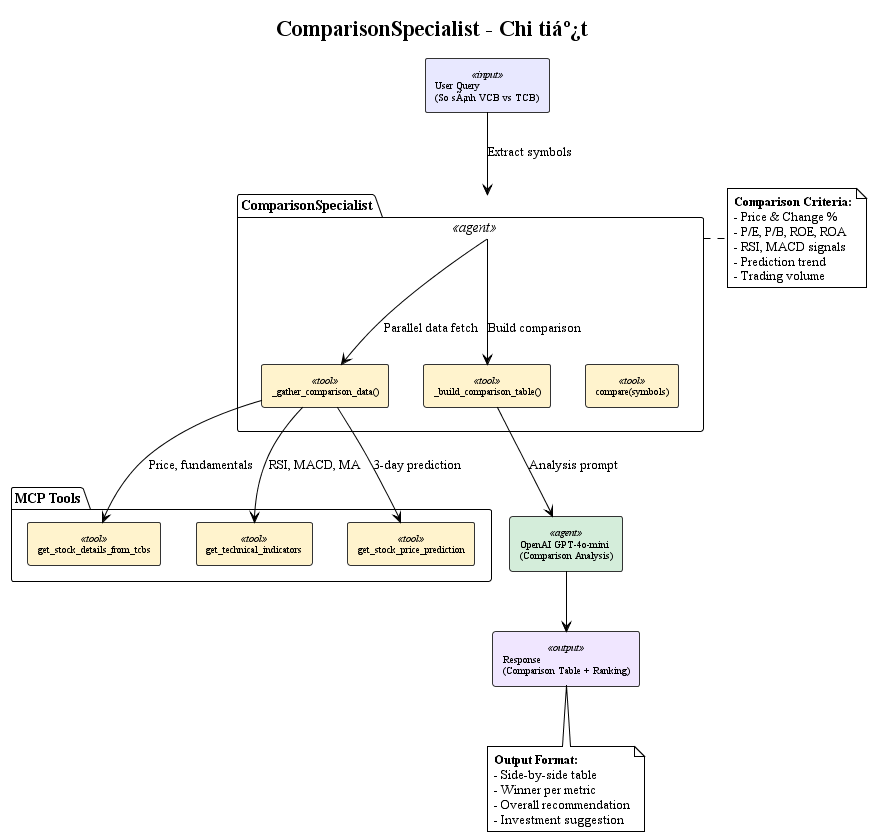
GiangNV-HUST/DATN keeps this PlantUML diagram as diagrams/images/agent_diagrams/comparison_specialist_detail.png. Above is the earlier version.
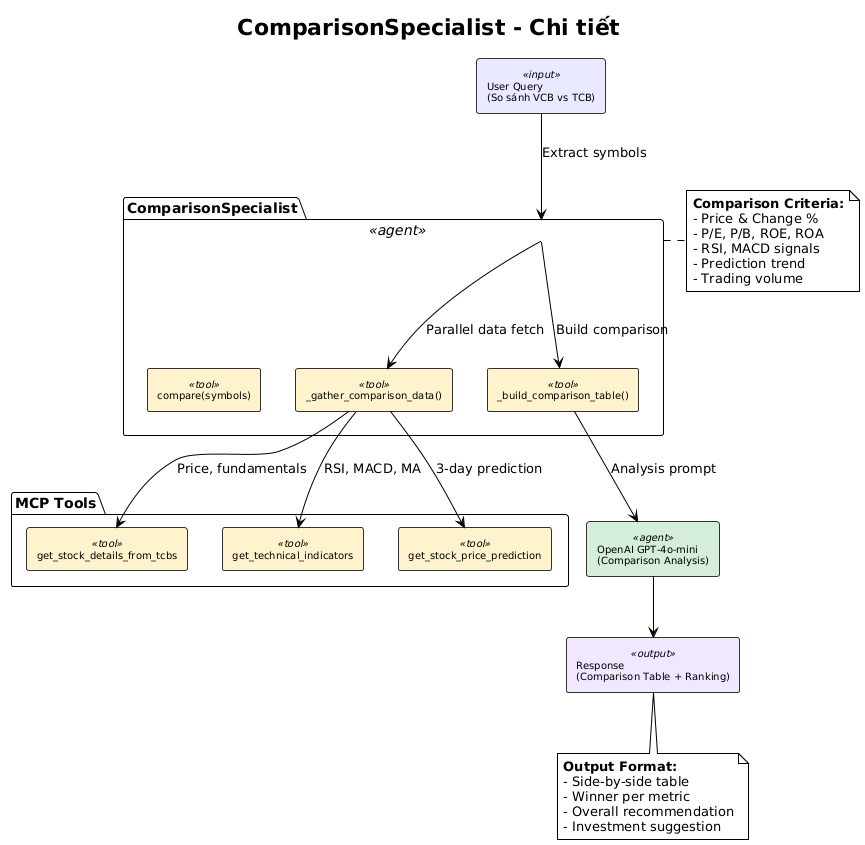
The same diagram one commit later.

Change to the diagram source:
```diff
@@ -1,10 +1,12 @@
-@startuml comparison_specialist_detail
+@startuml
+!pragma charset UTF-8
+
 !theme plain
 skinparam backgroundColor #FFFFFF
 skinparam shadowing false
 skinparam defaultFontName "Times New Roman"
 
-title ComparisonSpecialist - Chi tiáº¿t
+title ComparisonSpecialist - Chi tiết
 
 skinparam rectangle {
     BackgroundColor<<input>> #E8E8FF
@@ -15,7 +17,7 @@
     FontSize 10
 }
 
-rectangle "User Query\n(So sÃ¡nh VCB vs TCB)" as input <<input>>
+rectangle "User Query\n(So sánh VCB vs TCB)" as input <<input>>
 
 package "ComparisonSpecialist" as agent <<agent>> {
     rectangle "compare(symbols)" as compare <<tool>>
@@ -61,5 +63,4 @@
   - Overall recommendation
   - Investment suggestion
 end note
-
 @enduml
```
